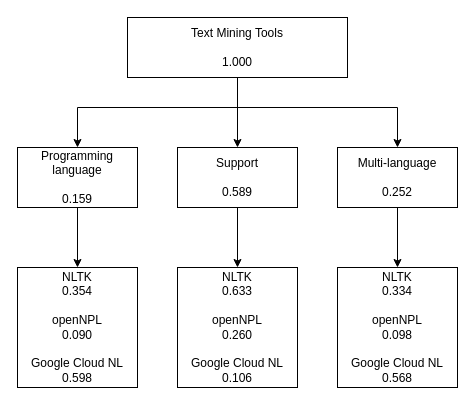
The draw.io diagram diagrams/AHP_weighted.drawio in whzd/thesis, before the edit. Source tidied: cells renumbered, new cells numbered last; positions are measured from the earlier drawing's top-left corner, leaving out a move shared by most shapes. Both pictures are drawn from the tidied source at 100%, with x=0, y=0 at pixel (17, 17).
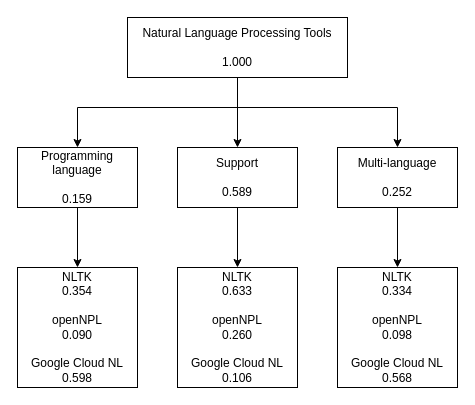
Above is the later version.

Change to the diagram source:
```diff
@@
 <mxGraphModel>
   <root>
     <mxCell id="0" />
     <mxCell id="1" parent="0" />
     <mxCell id="2" style="edgeStyle=orthogonalEdgeStyle;rounded=0;jettySize=auto;html=1;" parent="1" edge="1" source="5" target="9">
       <mxGeometry relative="1" as="geometry">
         <Array as="points">
           <mxPoint x="220" y="40" />
           <mxPoint x="220" y="40" />
         </Array>
       </mxGeometry>
     </mxCell>
     <mxCell id="3" style="edgeStyle=orthogonalEdgeStyle;rounded=0;jettySize=auto;html=1;" parent="1" edge="1" source="5" target="7">
       <mxGeometry relative="1" as="geometry">
         <Array as="points">
           <mxPoint x="220" y="90" />
           <mxPoint x="380" y="90" />
         </Array>
       </mxGeometry>
     </mxCell>
     <mxCell id="4" style="edgeStyle=orthogonalEdgeStyle;rounded=0;jettySize=auto;html=1;" parent="1" edge="1" source="5" target="11">
       <mxGeometry relative="1" as="geometry">
         <Array as="points">
           <mxPoint x="220" y="90" />
           <mxPoint x="60" y="90" />
         </Array>
       </mxGeometry>
     </mxCell>
-    <mxCell id="5" value="Text Mining Tools&lt;br&gt;&lt;br&gt;1.000" style="rounded=0;whiteSpace=wrap;html=1;" parent="1" vertex="1">
+    <mxCell id="5" value="Natural Language Processing Tools&lt;br&gt;&lt;br&gt;1.000" style="rounded=0;whiteSpace=wrap;html=1;" parent="1" vertex="1">
       <mxGeometry x="110" width="220" height="60" as="geometry" />
     </mxCell>
     <mxCell id="6" style="edgeStyle=orthogonalEdgeStyle;rounded=0;jettySize=auto;html=1;" parent="1" edge="1" source="7" target="14">
       <mxGeometry relative="1" as="geometry" />
     </mxCell>
     <mxCell id="7" value="Multi-language&lt;br&gt;&lt;br&gt;0.252" style="rounded=0;whiteSpace=wrap;html=1;" parent="1" vertex="1">
       <mxGeometry x="320" y="130" width="120" height="60" as="geometry" />
     </mxCell>
     <mxCell id="8" style="edgeStyle=orthogonalEdgeStyle;rounded=0;jettySize=auto;html=1;" parent="1" edge="1" source="9" target="13">
       <mxGeometry relative="1" as="geometry" />
     </mxCell>
     <mxCell id="9" value="Support&lt;br&gt;&lt;br&gt;0.589" style="rounded=0;whiteSpace=wrap;html=1;" parent="1" vertex="1">
       <mxGeometry x="160" y="130" width="120" height="60" as="geometry" />
     </mxCell>
     <mxCell id="10" style="edgeStyle=orthogonalEdgeStyle;rounded=0;jettySize=auto;html=1;" parent="1" edge="1" source="11" target="12">
       <mxGeometry relative="1" as="geometry" />
     </mxCell>
     <mxCell id="11" value="Programming language&lt;br&gt;&lt;br&gt;0.159" style="rounded=0;whiteSpace=wrap;html=1;" parent="1" vertex="1">
       <mxGeometry y="130" width="120" height="60" as="geometry" />
     </mxCell>
     <mxCell id="12" value="NLTK&lt;br&gt;0.354&lt;br&gt;&lt;br&gt;openNPL&lt;br&gt;0.090&lt;br&gt;&lt;br&gt;Google Cloud NL&lt;br&gt;0.598" style="rounded=0;whiteSpace=wrap;html=1;" parent="1" vertex="1">
       <mxGeometry y="250" width="120" height="120" as="geometry" />
     </mxCell>
     <mxCell id="13" value="NLTK&lt;br&gt;0.633&lt;br&gt;&lt;br&gt;openNPL&lt;br&gt;0.260&lt;br&gt;&lt;br&gt;Google Cloud NL&lt;br&gt;0.106" style="rounded=0;whiteSpace=wrap;html=1;" parent="1" vertex="1">
       <mxGeometry x="160" y="250" width="120" height="120" as="geometry" />
     </mxCell>
     <mxCell id="14" value="NLTK&lt;br&gt;0.334&lt;br&gt;&lt;br&gt;openNPL&lt;br&gt;0.098&lt;br&gt;&lt;br&gt;Google Cloud NL&lt;br&gt;0.568" style="rounded=0;whiteSpace=wrap;html=1;" parent="1" vertex="1">
       <mxGeometry x="320" y="250" width="120" height="120" as="geometry" />
     </mxCell>
   </root>
 </mxGraphModel>
```
